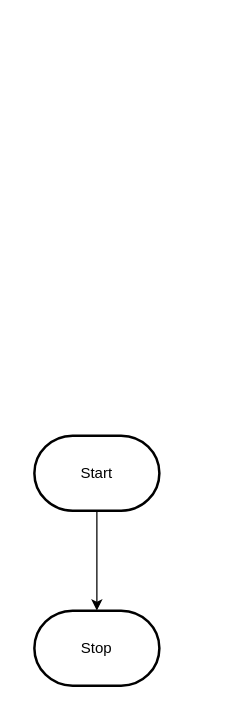
MTHS-ICS2O-2-2022/ICS2O-Unit-3-04-austin-scavone keeps this draw.io diagram as design/flowchart.drawio. Above is the earlier version. Source tidied: cells renumbered, new cells numbered last; positions are measured from the earlier drawing's top-left corner, leaving out a move shared by most shapes. Both pictures are drawn from the tidied source at 125%, with x=0, y=0 at pixel (34, 435).
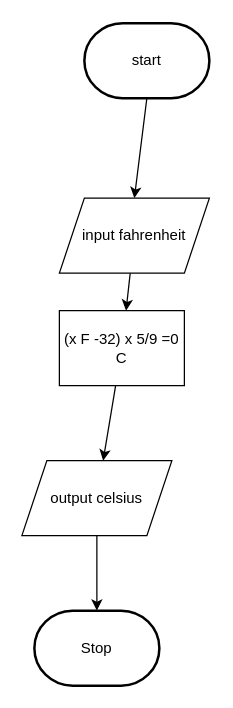
Above is the later version.

What changed in the source:
```diff
@@
 <mxGraphModel>
   <root>
     <mxCell id="0" />
     <mxCell id="1" parent="0" />
-    <mxCell id="2" style="edgeStyle=orthogonalEdgeStyle;html=1;rounded=0;" parent="1" edge="1" source="3" target="4">
-      <mxGeometry relative="1" as="geometry" />
+    <mxCell id="2" style="edgeStyle=none;html=1;entryX=0.5;entryY=0;entryDx=0;entryDy=0;" parent="1" edge="1" target="6">
+      <mxGeometry relative="1" as="geometry">
+        <mxPoint x="90" y="-270" as="sourcePoint" />
+      </mxGeometry>
     </mxCell>
-    <mxCell id="3" value="Start" style="strokeWidth=2;html=1;shape=mxgraph.flowchart.terminator;whiteSpace=wrap;" parent="1" vertex="1">
-      <mxGeometry width="100" height="60" as="geometry" />
-    </mxCell>
     <mxCell id="4" value="Stop" style="strokeWidth=2;html=1;shape=mxgraph.flowchart.terminator;whiteSpace=wrap;" parent="1" vertex="1">
       <mxGeometry y="140" width="100" height="60" as="geometry" />
     </mxCell>
+    <mxCell id="5" style="edgeStyle=none;html=1;" parent="1" edge="1" source="6" target="8">
+      <mxGeometry relative="1" as="geometry" />
+    </mxCell>
+    <mxCell id="6" value="input fahrenheit" style="shape=parallelogram;perimeter=parallelogramPerimeter;whiteSpace=wrap;html=1;fixedSize=1;" parent="1" vertex="1">
+      <mxGeometry x="20" y="-190" width="120" height="60" as="geometry" />
+    </mxCell>
+    <mxCell id="7" style="edgeStyle=none;html=1;" parent="1" edge="1" source="8" target="10">
+      <mxGeometry relative="1" as="geometry" />
+    </mxCell>
+    <mxCell id="8" value="(x F -32) x 5/9 =0 C" style="whiteSpace=wrap;html=1;" parent="1" vertex="1">
+      <mxGeometry x="20" y="-100" width="100" height="60" as="geometry" />
+    </mxCell>
+    <mxCell id="9" style="edgeStyle=none;html=1;" parent="1" edge="1" source="10" target="4">
+      <mxGeometry relative="1" as="geometry" />
+    </mxCell>
+    <mxCell id="10" value="output celsius" style="shape=parallelogram;perimeter=parallelogramPerimeter;whiteSpace=wrap;html=1;fixedSize=1;" parent="1" vertex="1">
+      <mxGeometry x="-10" y="20" width="120" height="60" as="geometry" />
+    </mxCell>
+    <mxCell id="11" value="start" style="strokeWidth=2;html=1;shape=mxgraph.flowchart.terminator;whiteSpace=wrap;" parent="1" vertex="1">
+      <mxGeometry x="40" y="-330" width="100" height="60" as="geometry" />
+    </mxCell>
   </root>
 </mxGraphModel>
```
